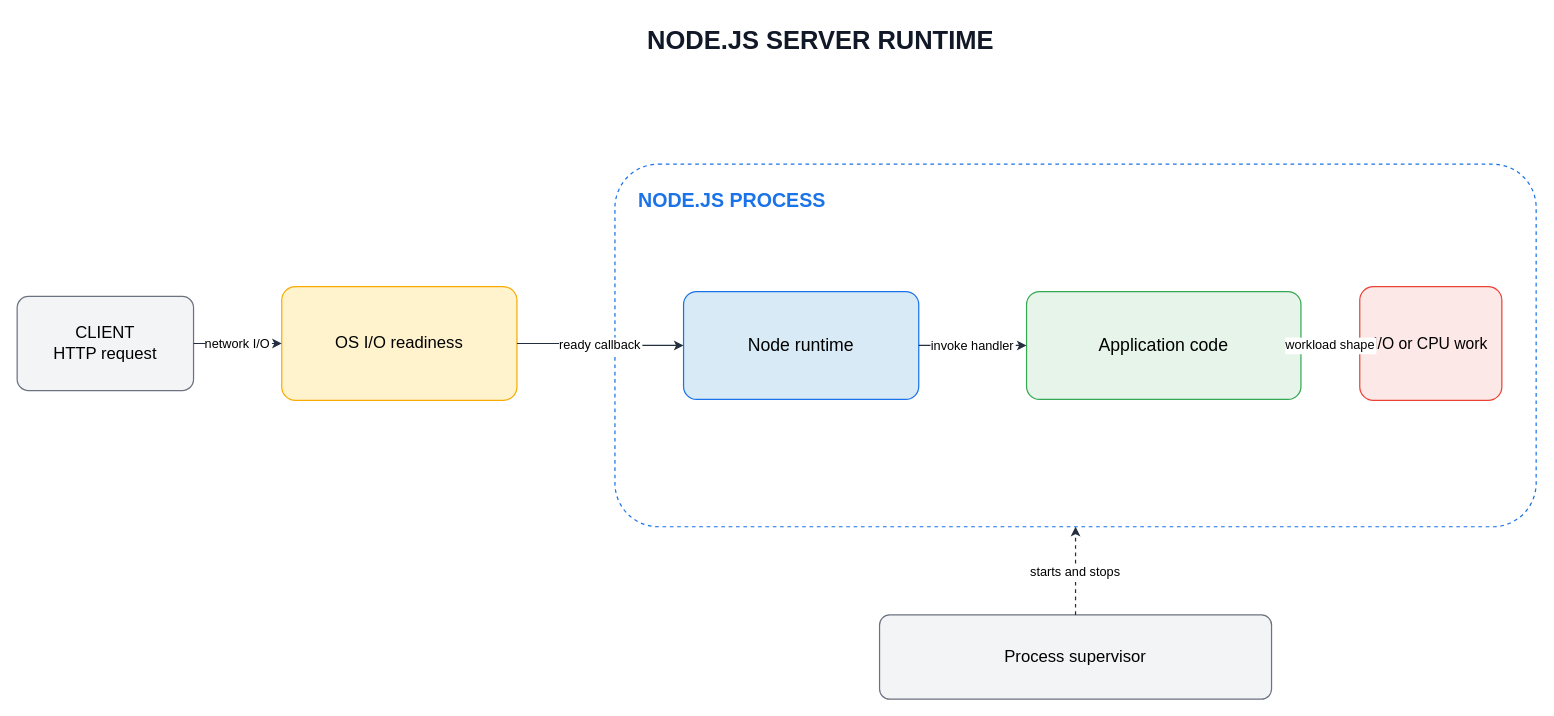
Earlier version of the draw.io diagram assets/img/nodejs/nodejs-server-runtime-overview.drawio (KKamJi98/kkamji98.github.io). Source tidied: cells renumbered, new cells numbered last; positions are measured from the earlier drawing's top-left corner, leaving out a move shared by most shapes. Both pictures are drawn from the tidied source at 98%, with x=0, y=0 at pixel (17, 17).
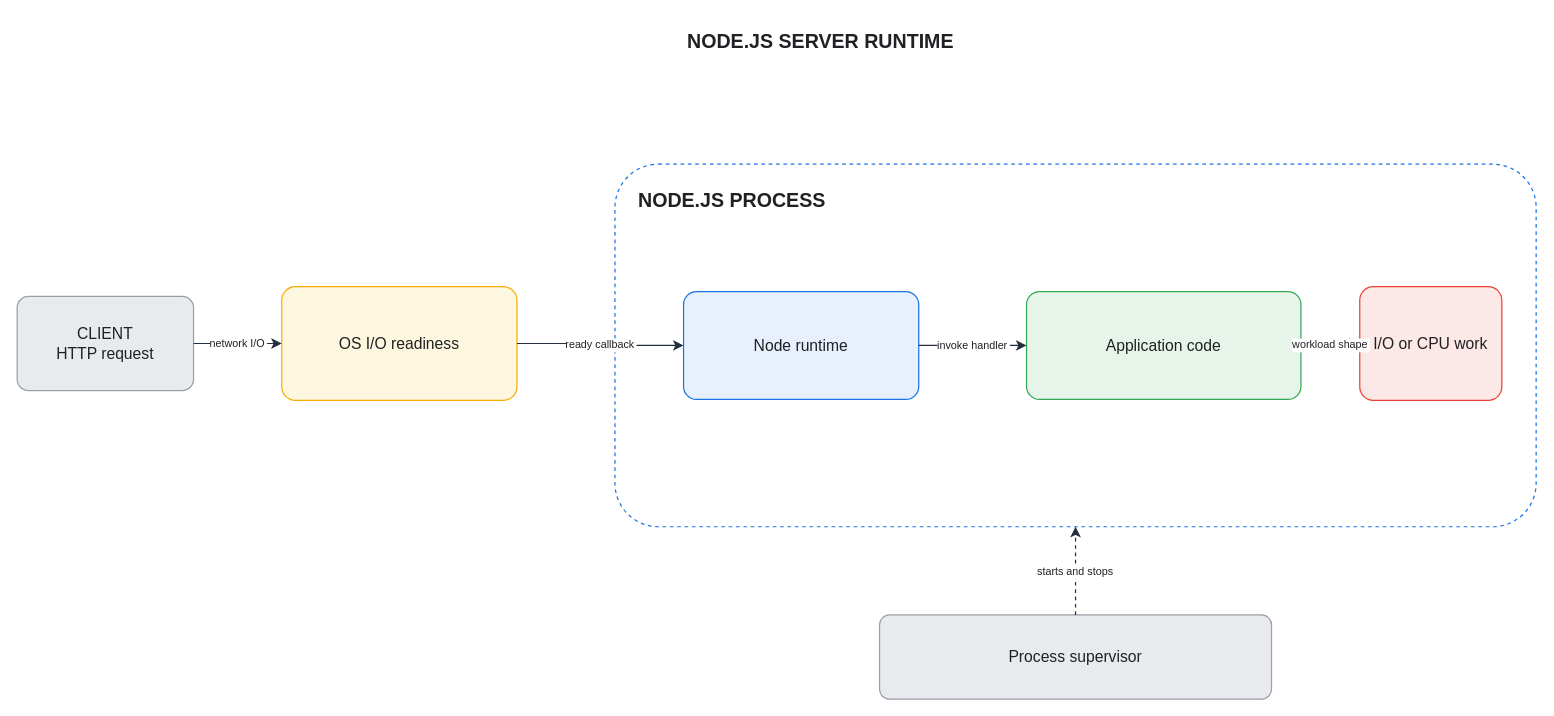
The same page after the edit.

Diff of the diagram source:
```diff
@@
 <mxGraphModel background="#FFFFFF">
   <root>
     <mxCell id="0" />
     <mxCell id="1" parent="0" />
-    <mxCell id="2" value="NODE.JS SERVER RUNTIME" style="rounded=0;whiteSpace=wrap;html=0;fillColor=none;strokeColor=none;fontColor=#111827;fontSize=26;fontStyle=1;align=center;verticalAlign=middle;" parent="1" vertex="1">
+    <mxCell id="2" value="NODE.JS SERVER RUNTIME" style="rounded=0;whiteSpace=wrap;html=0;fillColor=none;strokeColor=none;fontColor=#202124;fontSize=20;fontStyle=1;align=center;verticalAlign=middle;" parent="1" vertex="1">
       <mxGeometry x="560" width="520" height="48" as="geometry" />
     </mxCell>
-    <mxCell id="3" value="CLIENT&#10;HTTP request" style="rounded=1;arcSize=12;whiteSpace=wrap;html=0;fillColor=#F3F4F6;strokeColor=#6B7280;strokeWidth=1.25;fontColor=#000000;fontSize=17;align=center;verticalAlign=middle;" parent="1" vertex="1">
+    <mxCell id="3" value="CLIENT&#10;HTTP request" style="rounded=1;arcSize=12;whiteSpace=wrap;html=0;fillColor=#E8EAED;strokeColor=#9AA0A6;strokeWidth=1.25;fontColor=#202124;fontSize=16;align=center;verticalAlign=middle;" parent="1" vertex="1">
       <mxGeometry y="285" width="180" height="96" as="geometry" />
     </mxCell>
-    <mxCell id="4" value="OS I/O readiness" style="rounded=1;arcSize=12;whiteSpace=wrap;html=0;fillColor=#FFF3CD;strokeColor=#F9AB00;strokeWidth=1.25;fontColor=#000000;fontSize=17;align=center;verticalAlign=middle;" parent="1" vertex="1">
+    <mxCell id="4" value="OS I/O readiness" style="rounded=1;arcSize=12;whiteSpace=wrap;html=0;fillColor=#FEF7E0;strokeColor=#F9AB00;strokeWidth=1.25;fontColor=#202124;fontSize=16;align=center;verticalAlign=middle;" parent="1" vertex="1">
       <mxGeometry x="270" y="275" width="240" height="116" as="geometry" />
     </mxCell>
-    <mxCell id="5" value="NODE.JS PROCESS" style="rounded=1;arcSize=12;whiteSpace=wrap;html=0;fillColor=none;strokeColor=#1A73E8;strokeWidth=1.25;dashed=1;fontColor=#1A73E8;fontSize=20;fontStyle=1;align=left;verticalAlign=top;spacingTop=18;spacingLeft=22;" parent="1" vertex="1">
+    <mxCell id="5" value="NODE.JS PROCESS" style="rounded=1;arcSize=12;whiteSpace=wrap;html=0;fillColor=none;strokeColor=#1A73E8;strokeWidth=1.25;dashed=1;fontColor=#202124;fontSize=20;fontStyle=1;align=left;verticalAlign=top;spacingTop=18;spacingLeft=22;" parent="1" vertex="1">
       <mxGeometry x="610" y="150" width="940" height="370" as="geometry" />
     </mxCell>
-    <mxCell id="6" value="Node runtime" style="rounded=1;arcSize=12;whiteSpace=wrap;html=0;fillColor=#D9EAF7;strokeColor=#1A73E8;strokeWidth=1.25;fontColor=#000000;fontSize=18;align=center;verticalAlign=middle;" parent="1" vertex="1">
+    <mxCell id="6" value="Node runtime" style="rounded=1;arcSize=12;whiteSpace=wrap;html=0;fillColor=#E8F0FE;strokeColor=#1A73E8;strokeWidth=1.25;fontColor=#202124;fontSize=16;align=center;verticalAlign=middle;" parent="1" vertex="1">
       <mxGeometry x="680" y="280" width="240" height="110" as="geometry" />
     </mxCell>
-    <mxCell id="7" value="Application code" style="rounded=1;arcSize=12;whiteSpace=wrap;html=0;fillColor=#E6F4EA;strokeColor=#34A853;strokeWidth=1.25;fontColor=#000000;fontSize=18;align=center;verticalAlign=middle;" parent="1" vertex="1">
+    <mxCell id="7" value="Application code" style="rounded=1;arcSize=12;whiteSpace=wrap;html=0;fillColor=#E6F4EA;strokeColor=#34A853;strokeWidth=1.25;fontColor=#202124;fontSize=16;align=center;verticalAlign=middle;" parent="1" vertex="1">
       <mxGeometry x="1030" y="280" width="280" height="110" as="geometry" />
     </mxCell>
-    <mxCell id="8" value="I/O or CPU work" style="rounded=1;arcSize=12;whiteSpace=wrap;html=0;fillColor=#FCE8E6;strokeColor=#EA4335;strokeWidth=1.25;fontColor=#000000;fontSize=16;align=center;verticalAlign=middle;" parent="1" vertex="1">
+    <mxCell id="8" value="I/O or CPU work" style="rounded=1;arcSize=12;whiteSpace=wrap;html=0;fillColor=#FCE8E6;strokeColor=#EA4335;strokeWidth=1.25;fontColor=#202124;fontSize=16;align=center;verticalAlign=middle;" parent="1" vertex="1">
       <mxGeometry x="1370" y="275" width="145" height="116" as="geometry" />
     </mxCell>
-    <mxCell id="9" value="Process supervisor" style="rounded=1;arcSize=12;whiteSpace=wrap;html=0;fillColor=#F3F4F6;strokeColor=#6B7280;strokeWidth=1.25;fontColor=#000000;fontSize=17;align=center;verticalAlign=middle;" parent="1" vertex="1">
+    <mxCell id="9" value="Process supervisor" style="rounded=1;arcSize=12;whiteSpace=wrap;html=0;fillColor=#E8EAED;strokeColor=#9AA0A6;strokeWidth=1.25;fontColor=#202124;fontSize=16;align=center;verticalAlign=middle;" parent="1" vertex="1">
       <mxGeometry x="880" y="610" width="400" height="86" as="geometry" />
     </mxCell>
-    <mxCell id="10" value="network I/O" style="edgeStyle=orthogonalEdgeStyle;rounded=0;html=0;strokeColor=#232F3E;strokeWidth=1.25;fontColor=#000000;fontSize=13;labelBackgroundColor=#FFFFFF;exitX=1;exitY=0.5;entryX=0;entryY=0.5;" parent="1" edge="1" source="3" target="4">
+    <mxCell id="10" value="network I/O" style="edgeStyle=orthogonalEdgeStyle;rounded=0;html=0;strokeColor=#232F3E;strokeWidth=1.25;fontColor=#202124;fontSize=11;labelBackgroundColor=#FFFFFF;exitX=1;exitY=0.5;entryX=0;entryY=0.5;endSize=7;" parent="1" edge="1" source="3" target="4">
       <mxGeometry relative="1" as="geometry" />
     </mxCell>
-    <mxCell id="11" value="ready callback" style="edgeStyle=orthogonalEdgeStyle;rounded=0;html=0;strokeColor=#232F3E;strokeWidth=1.25;fontColor=#000000;fontSize=13;labelBackgroundColor=#FFFFFF;exitX=1;exitY=0.5;entryX=0;entryY=0.5;" parent="1" edge="1" source="4" target="6">
+    <mxCell id="11" value="ready callback" style="edgeStyle=orthogonalEdgeStyle;rounded=0;html=0;strokeColor=#232F3E;strokeWidth=1.25;fontColor=#202124;fontSize=11;labelBackgroundColor=#FFFFFF;exitX=1;exitY=0.5;entryX=0;entryY=0.5;endSize=7;" parent="1" edge="1" source="4" target="6">
       <mxGeometry relative="1" as="geometry" />
     </mxCell>
-    <mxCell id="12" value="invoke handler" style="edgeStyle=orthogonalEdgeStyle;rounded=0;html=0;strokeColor=#232F3E;strokeWidth=1.25;fontColor=#000000;fontSize=13;labelBackgroundColor=#FFFFFF;exitX=1;exitY=0.5;entryX=0;entryY=0.5;" parent="1" edge="1" source="6" target="7">
+    <mxCell id="12" value="invoke handler" style="edgeStyle=orthogonalEdgeStyle;rounded=0;html=0;strokeColor=#232F3E;strokeWidth=1.25;fontColor=#202124;fontSize=11;labelBackgroundColor=#FFFFFF;exitX=1;exitY=0.5;entryX=0;entryY=0.5;endSize=7;" parent="1" edge="1" source="6" target="7">
       <mxGeometry relative="1" as="geometry" />
     </mxCell>
-    <mxCell id="13" value="workload shape" style="edgeStyle=orthogonalEdgeStyle;rounded=0;html=0;strokeColor=#232F3E;strokeWidth=1.25;fontColor=#000000;fontSize=13;labelBackgroundColor=#FFFFFF;exitX=1;exitY=0.5;entryX=0;entryY=0.5;" parent="1" edge="1" source="7" target="8">
+    <mxCell id="13" value="workload shape" style="edgeStyle=orthogonalEdgeStyle;rounded=0;html=0;strokeColor=#232F3E;strokeWidth=1.25;fontColor=#202124;fontSize=11;labelBackgroundColor=#FFFFFF;exitX=1;exitY=0.5;entryX=0;entryY=0.5;endSize=7;" parent="1" edge="1" source="7" target="8">
       <mxGeometry relative="1" as="geometry" />
     </mxCell>
-    <mxCell id="14" value="starts and stops" style="edgeStyle=orthogonalEdgeStyle;rounded=0;html=0;dashed=1;strokeColor=#232F3E;strokeWidth=1.25;fontColor=#000000;fontSize=13;labelBackgroundColor=#FFFFFF;exitX=0.5;exitY=0;entryX=0.5;entryY=1;" parent="1" edge="1" source="9" target="5">
+    <mxCell id="14" value="starts and stops" style="edgeStyle=orthogonalEdgeStyle;rounded=0;html=0;dashed=1;strokeColor=#232F3E;strokeWidth=1.25;fontColor=#202124;fontSize=11;labelBackgroundColor=#FFFFFF;exitX=0.5;exitY=0;entryX=0.5;entryY=1;endSize=7;" parent="1" edge="1" source="9" target="5">
       <mxGeometry relative="1" as="geometry" />
     </mxCell>
   </root>
 </mxGraphModel>
```
